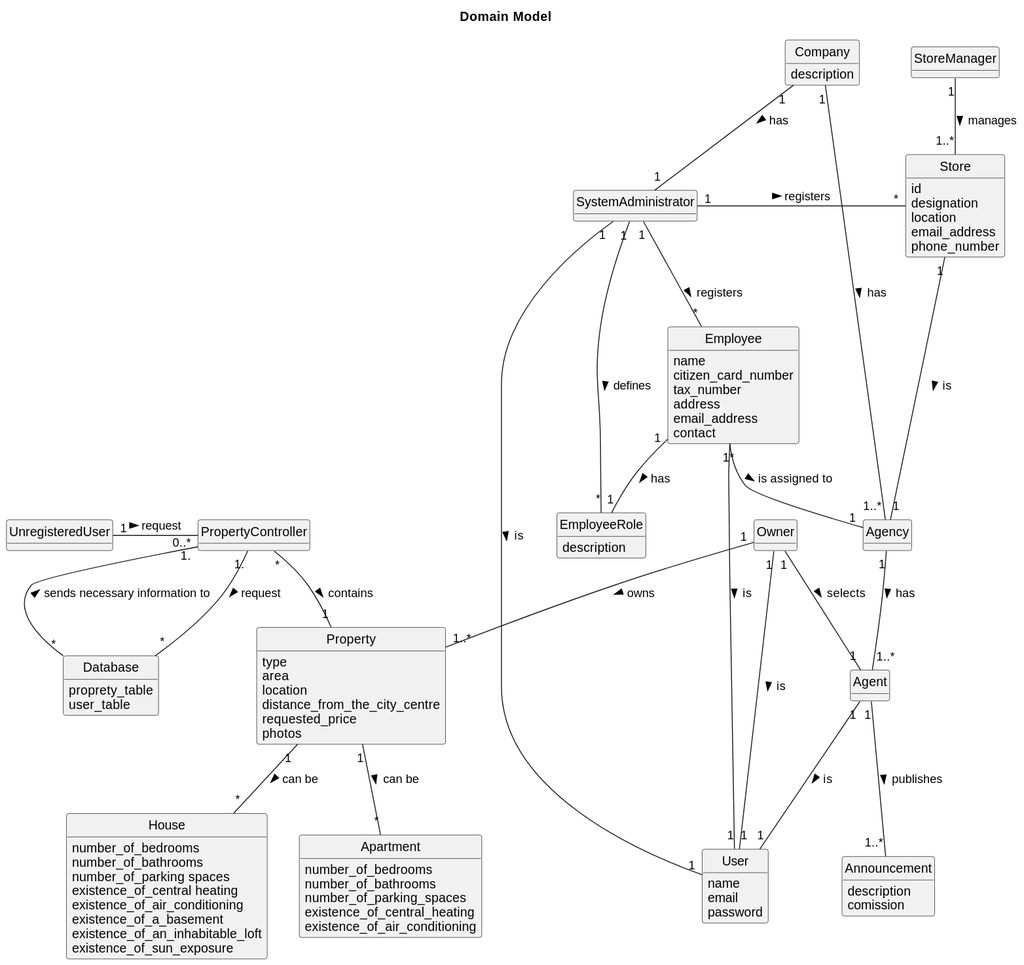
This is docs/Sprint-A/global-artifacts/02.analysis/svg/project-domain-model.svg from Rodrick0209/ISEP-LAPR2-22-23, a PlantUML export, as it was before one commit. Source of this version:
```plantuml
@startuml
skinparam monochrome true
skinparam packageStyle rectangle
skinparam shadowing false
skinparam classAttributeIconSize 0
hide circle
hide methods

title Domain Model


class Employee{
name
citizen_card_number
tax_number
address
email_address
contact
}

class EmployeeRole{
description
}

class Company{
description
}


class User{
name
email
password
}

class Store {
    id
    designation
    location
    email_address
    phone_number
}

class Property {
    type
    area
    location
    distance_from_the_city_centre
    requested_price
    photos
    }

class Announcement {
        description
        comission
      }

class Apartment{
    number_of_bedrooms
    number_of_bathrooms
    number_of_parking_spaces
    existence_of_central_heating
    existence_of_air_conditioning
}

class House{
    number_of_bedrooms
    number_of_bathrooms
    number_of_parking spaces
    existence_of_central heating
    existence_of_air_conditioning
    existence_of_a_basement
    existence_of_an_inhabitable_loft
    existence_of_sun_exposure
}

class Database {
    proprety_table
    user_table
}

UnregisteredUser "1" - "0..*" PropertyController : request >
PropertyController "1." -- "*" Database : request >
PropertyController "1." -- "*" Database : sends necessary information to <
PropertyController "*" -- "1"  Property : contains >
Agent "1" -- "1..*" Announcement : publishes >
Agency "1" -- "1..*" Agent : has >
SystemAdministrator "1" -- "*" Employee : registers >
Employee "*" -- "1" Agency : is assigned to >
Employee "1" -- "1" EmployeeRole :  has >
SystemAdministrator "1" -- "*" EmployeeRole : defines >
Owner "1" -- "1..*" Property : owns >
Property "1" -- "*" House :  can be >
Property "1" -- "*" Apartment :  can be >
Owner "1" -- "1" Agent : selects >
SystemAdministrator "1" - "*" Store : registers >
StoreManager "1" -- "1..*" Store : manages >
Store "1" -- "1" Agency : is >
Company "1" -- "1..*" Agency : has >
Company "1" -- "1" SystemAdministrator : has >
SystemAdministrator "1" -- "1" User : is >
Employee "1" -- "1" User : is >
Agent "1" -- "1" User : is >
Owner "1" -- "1" User : is >
@enduml
```
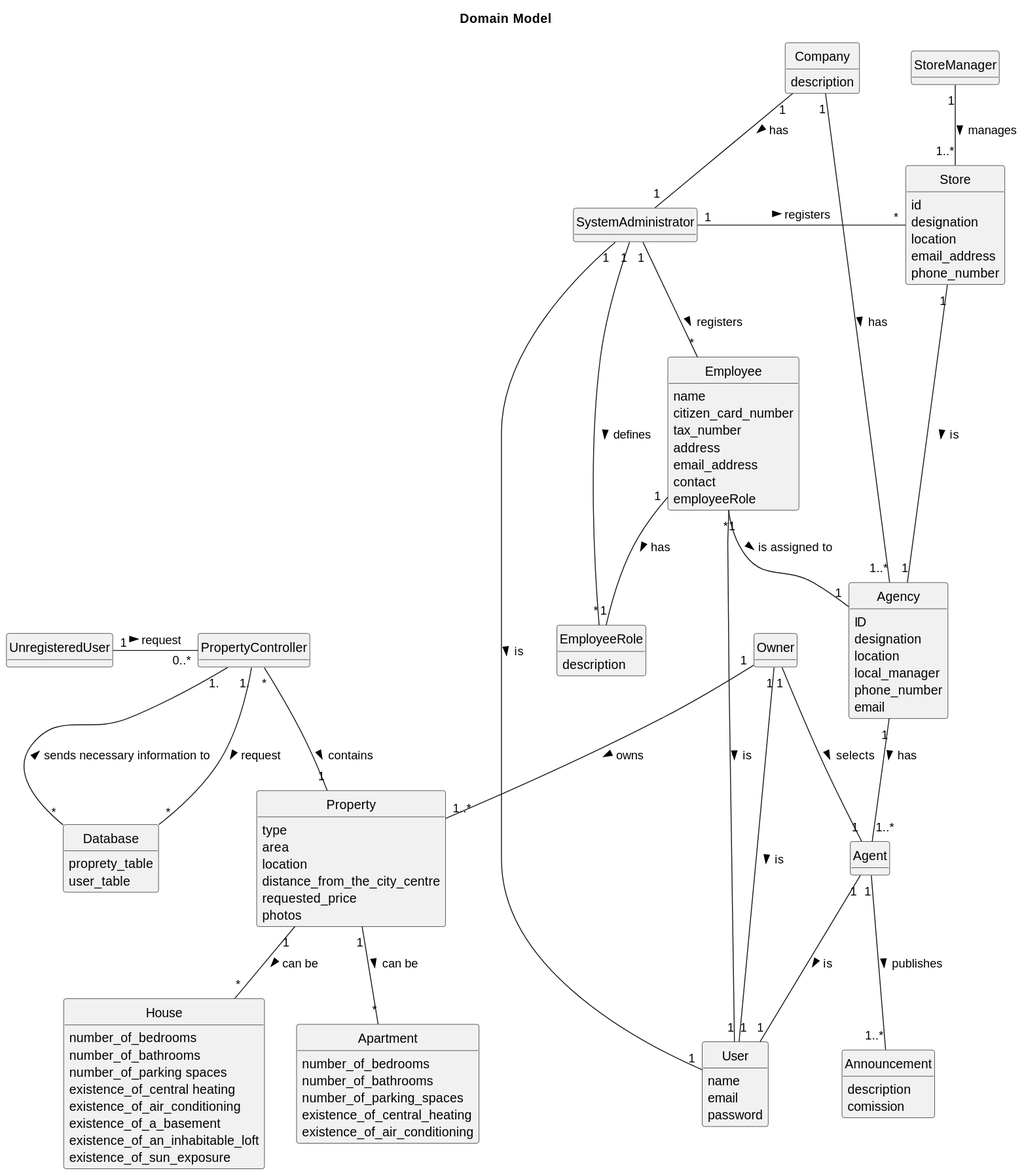
The same diagram one commit later.

Commit message:
missing global file  alteration

Change to the diagram source:
```diff
@@ -16,6 +16,10 @@
 address
 email_address
 contact
+employeeRole
+}
+
+class SystemAdministrator{
 }
 
 class EmployeeRole{
@@ -26,6 +30,14 @@
 description
 }
 
+class Agency{
+ID
+designation
+location
+local_manager
+phone_number
+email
+}
 
 class User{
 name
```
